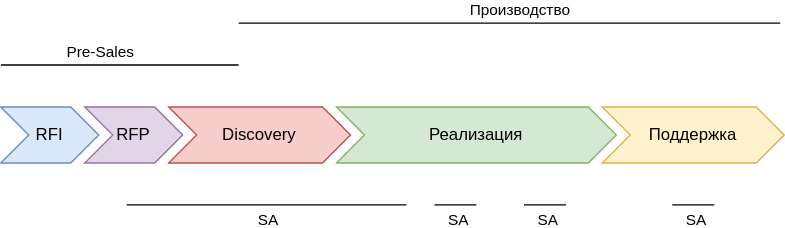
The draw.io diagram 1. Tech Skills/0. Архитектура/0. Solution Architecture/schemas/sa_activities.svg in aleksei-khitev/knowledge_base, before a commit. Source tidied: cells renumbered, new cells last; positions are measured from the earlier drawing's top-left corner, leaving out a move shared by most shapes.
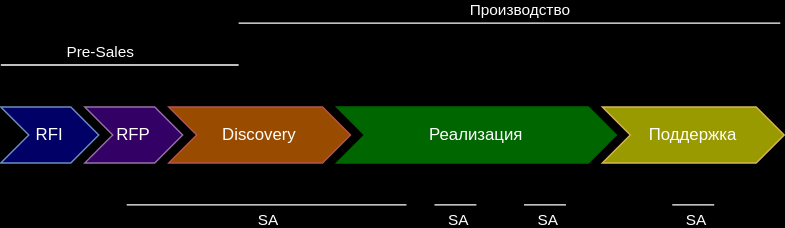
Above is the later version.

Diff of the diagram source:
```diff
@@ -1,84 +1,84 @@
-<mxGraphModel>
+<mxGraphModel background="#000000">
   <root>
     <mxCell id="0" />
     <mxCell id="1" parent="0" />
-    <mxCell id="2" value="RFI" style="shape=step;perimeter=stepPerimeter;whiteSpace=wrap;html=1;fixedSize=1;fillColor=#dae8fc;strokeColor=#6c8ebf;" parent="1" vertex="1">
+    <mxCell id="2" value="RFI" style="shape=step;perimeter=stepPerimeter;whiteSpace=wrap;html=1;fixedSize=1;fillColor=#000066;strokeColor=#6c8ebf;fontColor=#FFFFFF;" parent="1" vertex="1">
       <mxGeometry y="60" width="70" height="40" as="geometry" />
     </mxCell>
-    <mxCell id="3" value="RFP" style="shape=step;perimeter=stepPerimeter;whiteSpace=wrap;html=1;fixedSize=1;fillColor=#e1d5e7;strokeColor=#9673a6;" parent="1" vertex="1">
+    <mxCell id="3" value="RFP" style="shape=step;perimeter=stepPerimeter;whiteSpace=wrap;html=1;fixedSize=1;fillColor=#330066;strokeColor=#9673a6;fontColor=#FFFFFF;" parent="1" vertex="1">
       <mxGeometry x="60" y="60" width="70" height="40" as="geometry" />
     </mxCell>
-    <mxCell id="4" value="Discovery" style="shape=step;perimeter=stepPerimeter;whiteSpace=wrap;html=1;fixedSize=1;fillColor=#f8cecc;strokeColor=#b85450;" parent="1" vertex="1">
+    <mxCell id="4" value="Discovery" style="shape=step;perimeter=stepPerimeter;whiteSpace=wrap;html=1;fixedSize=1;fillColor=#994C00;strokeColor=#b85450;fontColor=#FFFFFF;" parent="1" vertex="1">
       <mxGeometry x="120" y="60" width="130" height="40" as="geometry" />
     </mxCell>
-    <mxCell id="5" value="Реализация" style="shape=step;perimeter=stepPerimeter;whiteSpace=wrap;html=1;fixedSize=1;fillColor=#d5e8d4;strokeColor=#82b366;" parent="1" vertex="1">
+    <mxCell id="5" value="Реализация" style="shape=step;perimeter=stepPerimeter;whiteSpace=wrap;html=1;fixedSize=1;fillColor=#006600;strokeColor=#006600;fontColor=#FFFFFF;" parent="1" vertex="1">
       <mxGeometry x="240" y="60" width="200" height="40" as="geometry" />
     </mxCell>
-    <mxCell id="6" value="Поддержка" style="shape=step;perimeter=stepPerimeter;whiteSpace=wrap;html=1;fixedSize=1;fillColor=#fff2cc;strokeColor=#d6b656;" parent="1" vertex="1">
+    <mxCell id="6" value="Поддержка" style="shape=step;perimeter=stepPerimeter;whiteSpace=wrap;html=1;fixedSize=1;fillColor=#999900;strokeColor=#d6b656;fontColor=#FFFFFF;" parent="1" vertex="1">
       <mxGeometry x="430" y="60" width="130" height="40" as="geometry" />
     </mxCell>
-    <mxCell id="7" style="endArrow=none;html=1;rounded=0;" parent="1" edge="1">
+    <mxCell id="7" style="endArrow=none;html=1;rounded=0;strokeColor=#FFFFFF;" parent="1" edge="1">
       <mxGeometry relative="1" as="geometry">
         <mxPoint y="30" as="sourcePoint" />
         <mxPoint x="170" y="30" as="targetPoint" />
       </mxGeometry>
     </mxCell>
-    <mxCell id="8" value="Pre-Sales" style="edgeLabel;html=1;align=center;verticalAlign=middle;" parent="7" vertex="1">
+    <mxCell id="8" value="Pre-Sales" style="edgeLabel;html=1;align=center;verticalAlign=middle;fontColor=#FFFFFF;labelBackgroundColor=none;" parent="7" vertex="1">
       <mxGeometry x="-0.5" y="4" relative="1" as="geometry">
         <mxPoint x="27" y="-6" as="offset" />
       </mxGeometry>
     </mxCell>
-    <mxCell id="9" style="endArrow=none;html=1;rounded=0;" parent="1" edge="1">
+    <mxCell id="9" style="endArrow=none;html=1;rounded=0;strokeColor=#FFFFFF;" parent="1" edge="1">
       <mxGeometry relative="1" as="geometry">
         <mxPoint x="170" as="sourcePoint" />
         <mxPoint x="557.2" as="targetPoint" />
       </mxGeometry>
     </mxCell>
-    <mxCell id="10" value="Производство" style="edgeLabel;html=1;align=center;verticalAlign=middle;" parent="9" vertex="1">
+    <mxCell id="10" value="Производство" style="edgeLabel;html=1;align=center;verticalAlign=middle;fontColor=#FFFFFF;labelBackgroundColor=none;" parent="9" vertex="1">
       <mxGeometry x="0.29" y="2" relative="1" as="geometry">
         <mxPoint x="-49" y="-8" as="offset" />
       </mxGeometry>
     </mxCell>
-    <mxCell id="11" style="endArrow=none;html=1;rounded=0;" parent="1" edge="1">
+    <mxCell id="11" style="endArrow=none;html=1;rounded=0;strokeColor=#FFFFFF;" parent="1" edge="1">
       <mxGeometry relative="1" as="geometry">
         <mxPoint x="90" y="130" as="sourcePoint" />
         <mxPoint x="290" y="130" as="targetPoint" />
       </mxGeometry>
     </mxCell>
-    <mxCell id="12" value="SA" style="edgeLabel;html=1;align=center;verticalAlign=middle;" parent="11" vertex="1">
+    <mxCell id="12" value="SA" style="edgeLabel;html=1;align=center;verticalAlign=middle;fontColor=#FFFFFF;labelBackgroundColor=none;" parent="11" vertex="1">
       <mxGeometry x="0.14" y="3" relative="1" as="geometry">
         <mxPoint x="-14" y="13" as="offset" />
       </mxGeometry>
     </mxCell>
-    <mxCell id="13" style="endArrow=none;html=1;rounded=0;" parent="1" edge="1">
+    <mxCell id="13" style="endArrow=none;html=1;rounded=0;strokeColor=#FFFFFF;" parent="1" edge="1">
       <mxGeometry relative="1" as="geometry">
         <mxPoint x="310" y="130" as="sourcePoint" />
         <mxPoint x="340" y="130" as="targetPoint" />
       </mxGeometry>
     </mxCell>
-    <mxCell id="14" value="SA" style="edgeLabel;html=1;align=center;verticalAlign=middle;" parent="13" vertex="1">
+    <mxCell id="14" value="SA" style="edgeLabel;html=1;align=center;verticalAlign=middle;fontColor=#FFFFFF;labelBackgroundColor=none;" parent="13" vertex="1">
       <mxGeometry x="0.04" relative="1" as="geometry">
         <mxPoint y="10" as="offset" />
       </mxGeometry>
     </mxCell>
-    <mxCell id="15" style="endArrow=none;html=1;rounded=0;" parent="1" edge="1">
+    <mxCell id="15" style="endArrow=none;html=1;rounded=0;strokeColor=#FFFFFF;" parent="1" edge="1">
       <mxGeometry relative="1" as="geometry">
         <mxPoint x="374" y="130" as="sourcePoint" />
         <mxPoint x="404" y="130" as="targetPoint" />
       </mxGeometry>
     </mxCell>
-    <mxCell id="16" value="SA" style="edgeLabel;html=1;align=center;verticalAlign=middle;" parent="15" vertex="1">
+    <mxCell id="16" value="SA" style="edgeLabel;html=1;align=center;verticalAlign=middle;fontColor=#FFFFFF;labelBackgroundColor=none;" parent="15" vertex="1">
       <mxGeometry x="0.04" relative="1" as="geometry">
         <mxPoint y="10" as="offset" />
       </mxGeometry>
     </mxCell>
-    <mxCell id="17" style="endArrow=none;html=1;rounded=0;" parent="1" edge="1">
+    <mxCell id="17" style="endArrow=none;html=1;rounded=0;strokeColor=#FFFFFF;" parent="1" edge="1">
       <mxGeometry relative="1" as="geometry">
         <mxPoint x="480" y="130" as="sourcePoint" />
         <mxPoint x="510" y="130" as="targetPoint" />
       </mxGeometry>
     </mxCell>
-    <mxCell id="18" value="SA" style="edgeLabel;html=1;align=center;verticalAlign=middle;" parent="17" vertex="1">
+    <mxCell id="18" value="SA" style="edgeLabel;html=1;align=center;verticalAlign=middle;fontColor=#FFFFFF;labelBackgroundColor=none;" parent="17" vertex="1">
       <mxGeometry x="0.04" relative="1" as="geometry">
         <mxPoint y="10" as="offset" />
       </mxGeometry>
```
